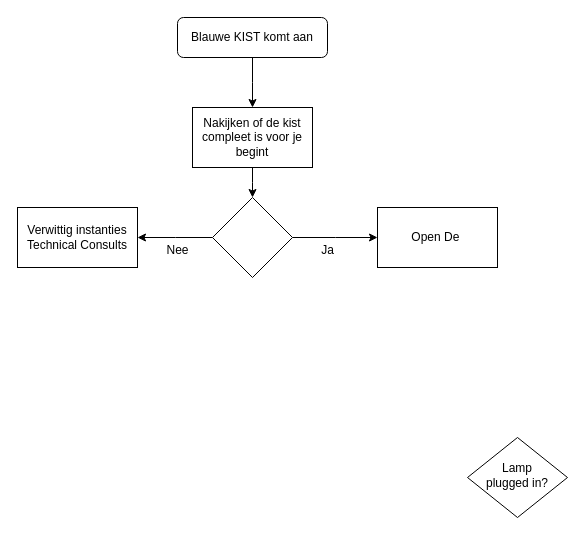
LaRizzaFelice/my-own-app keeps this draw.io diagram as Untitled Diagram.drawio. Above is the earlier version. Source tidied: cells renumbered, new cells numbered last; positions are measured from the earlier drawing's top-left corner, leaving out a move shared by most shapes. Both pictures are drawn from the tidied source at 100%, with x=0, y=0 at pixel (17, 17).
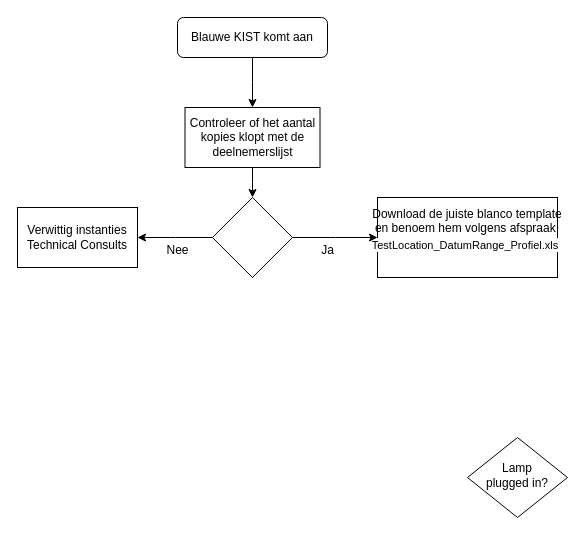
The same page after the edit.

Diff of the diagram source:
```diff
@@
 <mxGraphModel>
   <root>
     <mxCell id="0" />
     <mxCell id="1" parent="0" />
     <mxCell id="2" style="edgeStyle=elbowEdgeStyle;rounded=0;jettySize=auto;html=1;exitX=0.5;exitY=1;exitDx=0;exitDy=0;entryX=0.5;entryY=0;entryDx=0;entryDy=0;" parent="1" edge="1" source="3" target="6">
       <mxGeometry relative="1" as="geometry" />
     </mxCell>
     <mxCell id="3" value="Blauwe KIST komt aan" style="rounded=1;whiteSpace=wrap;html=1;fontSize=12;glass=0;strokeWidth=1;shadow=0;" parent="1" vertex="1">
       <mxGeometry x="160" width="150" height="40" as="geometry" />
     </mxCell>
     <mxCell id="4" value="Lamp&lt;br&gt;plugged in?" style="rhombus;whiteSpace=wrap;html=1;shadow=0;fontFamily=Helvetica;fontSize=12;align=center;strokeWidth=1;spacing=6;spacingTop=-4;" parent="1" vertex="1">
       <mxGeometry x="450" y="420" width="100" height="80" as="geometry" />
     </mxCell>
     <mxCell id="5" style="edgeStyle=elbowEdgeStyle;rounded=0;jettySize=auto;html=1;exitX=0.5;exitY=1;exitDx=0;exitDy=0;entryX=0.5;entryY=0;entryDx=0;entryDy=0;" parent="1" edge="1" source="6" target="11">
       <mxGeometry relative="1" as="geometry" />
     </mxCell>
-    <mxCell id="6" value="Nakijken of de kist compleet is voor je begint" style="rounded=0;whiteSpace=wrap;html=1;" parent="1" vertex="1">
-      <mxGeometry x="175" y="90" width="120" height="60" as="geometry" />
+    <mxCell id="6" value="Controleer of het aantal kopies klopt met de deelnemerslijst" style="rounded=0;whiteSpace=wrap;html=1;" parent="1" vertex="1">
+      <mxGeometry x="167.5" y="90" width="135" height="60" as="geometry" />
     </mxCell>
-    <mxCell id="7" value="Open De&amp;nbsp;" style="rounded=0;whiteSpace=wrap;html=1;" parent="1" vertex="1">
-      <mxGeometry x="360" y="190" width="120" height="60" as="geometry" />
+    <mxCell id="7" value="Download de juiste blanco template en benoem hem volgens afspraak&amp;nbsp;&lt;div&gt;&lt;span style=&quot;margin: 0px; padding: 0px; user-select: text; -webkit-user-drag: none; -webkit-tap-highlight-color: transparent; color: windowtext; text-align: left; background-color: rgb(255, 255, 255); font-family: Calibri, sans-serif; line-height: 17px; font-variant-ligatures: none !important;&quot; lang=&quot;EN-US&quot; class=&quot;TextRun SCXO190687860 BCX8&quot;&gt;&lt;font style=&quot;font-size: 11px;&quot;&gt;TestLocation_DatumRange_Profiel.xls&lt;/font&gt;&lt;/span&gt;&lt;span style=&quot;margin: 0px; padding: 0px; user-select: text; -webkit-user-drag: none; -webkit-tap-highlight-color: transparent; color: windowtext; text-align: left; background-color: rgb(255, 255, 255); font-size: 11pt; line-height: 17px; font-family: Calibri, sans-serif;&quot; class=&quot;EOP SCXO190687860 BCX8&quot;&gt;&amp;nbsp;&lt;/span&gt;&lt;br&gt;&lt;/div&gt;&lt;div&gt;&lt;br&gt;&lt;/div&gt;" style="rounded=0;whiteSpace=wrap;html=1;" parent="1" vertex="1">
+      <mxGeometry x="360" y="180" width="180" height="80" as="geometry" />
     </mxCell>
     <mxCell id="8" value="Verwittig instanties&lt;div&gt;Technical Consults&lt;/div&gt;" style="rounded=0;whiteSpace=wrap;html=1;" parent="1" vertex="1">
       <mxGeometry y="190" width="120" height="60" as="geometry" />
     </mxCell>
     <mxCell id="9" style="edgeStyle=elbowEdgeStyle;rounded=0;jettySize=auto;html=1;exitX=1;exitY=0.5;exitDx=0;exitDy=0;" parent="1" edge="1" source="11">
       <mxGeometry relative="1" as="geometry">
         <mxPoint x="360" y="220" as="targetPoint" />
       </mxGeometry>
     </mxCell>
     <mxCell id="10" style="edgeStyle=elbowEdgeStyle;rounded=0;jettySize=auto;html=1;exitX=0;exitY=0.5;exitDx=0;exitDy=0;" parent="1" edge="1" source="11">
       <mxGeometry relative="1" as="geometry">
         <mxPoint x="120" y="220" as="targetPoint" />
       </mxGeometry>
     </mxCell>
     <mxCell id="11" style="rhombus;whiteSpace=wrap;html=1;" parent="1" vertex="1">
       <mxGeometry x="195" y="180" width="80" height="80" as="geometry" />
     </mxCell>
     <mxCell id="12" value="Nee" style="text;html=1;align=center;verticalAlign=middle;strokeColor=none;fillColor=none;" parent="1" vertex="1">
       <mxGeometry x="135" y="218" width="50" height="30" as="geometry" />
     </mxCell>
     <mxCell id="13" value="Ja" style="text;html=1;align=center;verticalAlign=middle;strokeColor=none;fillColor=none;" parent="1" vertex="1">
       <mxGeometry x="290" y="218" width="40" height="30" as="geometry" />
     </mxCell>
   </root>
 </mxGraphModel>
```
